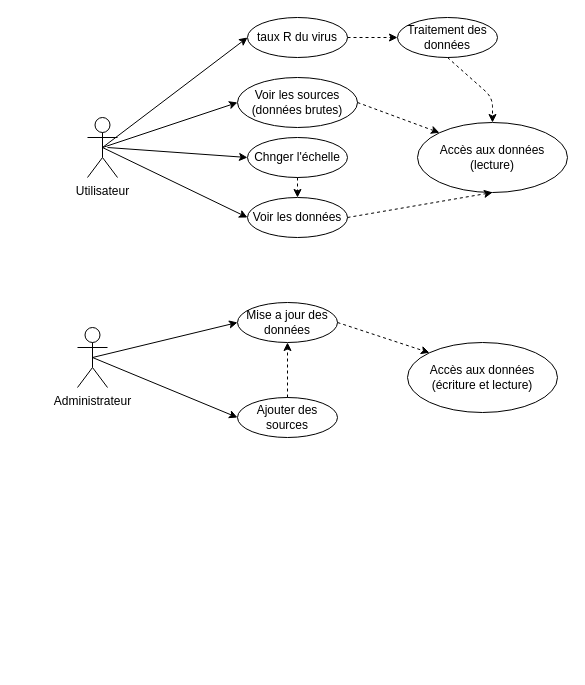
The draw.io diagram Use Case.drawio in albotw/CovidTracker_modelisation, before the edit. Source tidied: cells renumbered, new cells numbered last; positions are measured from the earlier drawing's top-left corner, leaving out a move shared by most shapes. Both pictures are drawn from the tidied source at 100%, with x=0, y=0 at pixel (77, 17).
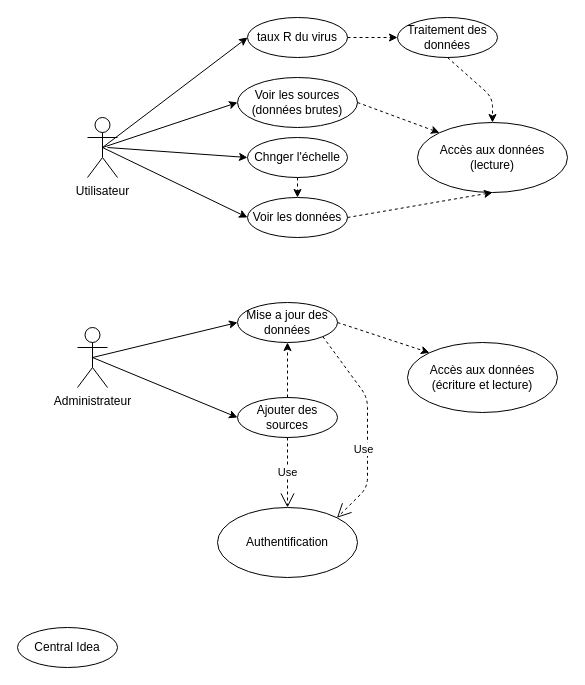
Above is the later version.

Commit message (it also covers changes not shown here):
mise a jour dtd

Unchanged cells that the change refers to:
```xml
<mxCell id="7" value="Ajouter des sources" style="ellipse;whiteSpace=wrap;html=1;align=center;" parent="1" vertex="1">
  <mxGeometry x="160" y="380" width="100" height="40" as="geometry" />
</mxCell>
<mxCell id="8" value="Mise a jour des données" style="ellipse;whiteSpace=wrap;html=1;align=center;" parent="1" vertex="1">
  <mxGeometry x="160" y="285" width="100" height="40" as="geometry" />
</mxCell>
```

Change to the diagram source:
```diff
@@
+    <mxCell id="26" value="Authentification" style="ellipse;whiteSpace=wrap;html=1;" parent="1" vertex="1">
+      <mxGeometry x="140" y="490" width="140" height="70" as="geometry" />
+    </mxCell>
+    <mxCell id="27" value="Use" style="endArrow=open;endSize=12;dashed=1;html=1;exitX=0.5;exitY=1;exitDx=0;exitDy=0;" parent="1" edge="1" source="7" target="26">
+      <mxGeometry relative="1" as="geometry" />
+    </mxCell>
+    <mxCell id="28" value="Use" style="endArrow=open;endSize=12;dashed=1;html=1;exitX=1;exitY=1;exitDx=0;exitDy=0;entryX=1;entryY=0;entryDx=0;entryDy=0;" parent="1" edge="1" source="8" target="26">
+      <mxGeometry x="0.22" y="-4" relative="1" as="geometry">
+        <Array as="points">
+          <mxPoint x="290" y="380" />
+          <mxPoint x="290" y="470" />
+        </Array>
+      </mxGeometry>
+    </mxCell>
+    <mxCell id="29" value="Central Idea" style="ellipse;whiteSpace=wrap;html=1;align=center;newEdgeStyle={&quot;edgeStyle&quot;:&quot;entityRelationEdgeStyle&quot;,&quot;startArrow&quot;:&quot;none&quot;,&quot;endArrow&quot;:&quot;none&quot;,&quot;segment&quot;:10,&quot;curved&quot;:1};" parent="1" vertex="1">
+      <mxGeometry x="-60" y="610" width="100" height="40" as="geometry" />
+    </mxCell>
```
